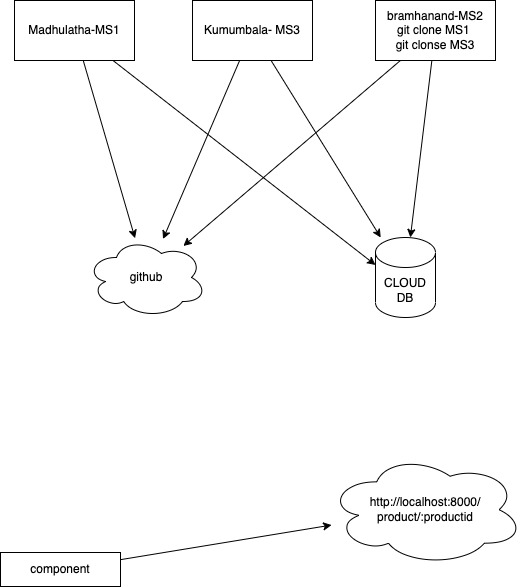
adithnaveen/2022-sapient-react-node-graphql keeps this draw.io diagram as images/day11.drawio.png. Above is the earlier version. Source tidied: cells renumbered, new cells last; positions are measured from the earlier drawing's top-left corner, leaving out a move shared by most shapes.
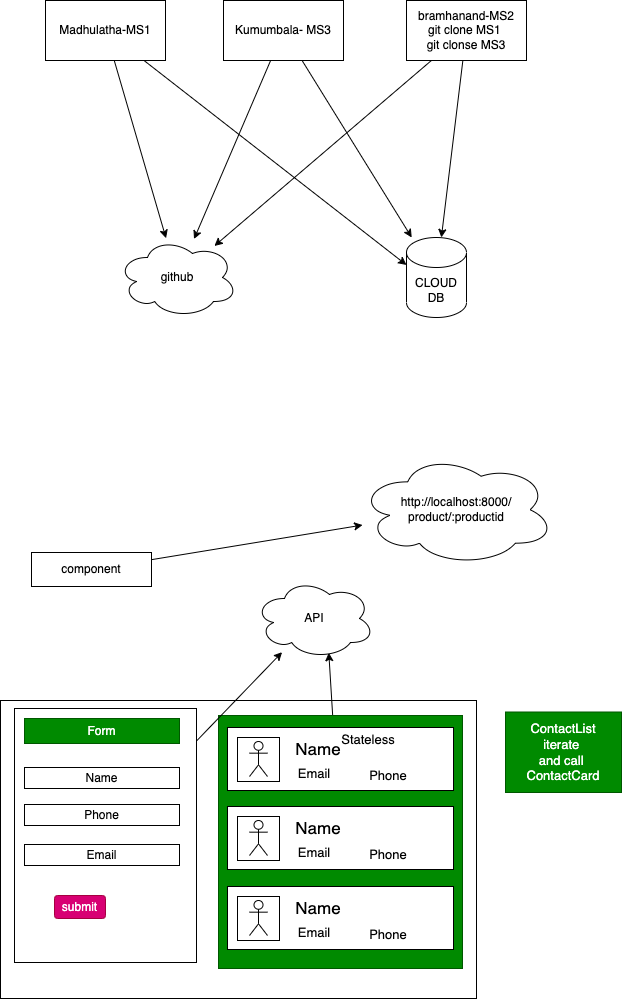
Above is the later version.

Change to the diagram source:
```diff
@@ -2,6 +2,15 @@
   <root>
     <mxCell id="0" />
     <mxCell id="1" parent="0" />
+    <mxCell id="16" style="rounded=0;whiteSpace=wrap;html=1;" parent="1" vertex="1">
+      <mxGeometry x="-31" y="700" width="476" height="298" as="geometry" />
+    </mxCell>
+    <mxCell id="17" style="edgeStyle=none;html=1;entryX=0.619;entryY=0.928;entryDx=0;entryDy=0;entryPerimeter=0;fontSize=13;" parent="1" edge="1" source="18" target="26">
+      <mxGeometry relative="1" as="geometry" />
+    </mxCell>
+    <mxCell id="18" style="rounded=0;whiteSpace=wrap;html=1;fontSize=13;fillColor=#008a00;fontColor=#ffffff;strokeColor=#005700;" parent="1" vertex="1">
+      <mxGeometry x="187" y="715" width="244" height="253" as="geometry" />
+    </mxCell>
     <mxCell id="2" style="edgeStyle=none;html=1;" parent="1" edge="1" source="4" target="11">
       <mxGeometry relative="1" as="geometry" />
     </mxCell>
@@ -44,5 +53,89 @@
     <mxCell id="15" value="http://localhost:8000/&lt;br&gt;product/:productid" style="ellipse;shape=cloud;whiteSpace=wrap;html=1;" parent="1" vertex="1">
       <mxGeometry x="327.3" y="453.5" width="195.7" height="111.5" as="geometry" />
     </mxCell>
+    <mxCell id="19" style="edgeStyle=none;html=1;" parent="1" edge="1" source="20" target="26">
+      <mxGeometry relative="1" as="geometry" />
+    </mxCell>
+    <mxCell id="20" style="rounded=0;whiteSpace=wrap;html=1;" parent="1" vertex="1">
+      <mxGeometry x="-17" y="708" width="182" height="254" as="geometry" />
+    </mxCell>
+    <mxCell id="21" value="Form" style="rounded=0;whiteSpace=wrap;html=1;fillColor=#008a00;fontColor=#ffffff;strokeColor=#005700;" parent="1" vertex="1">
+      <mxGeometry x="-7" y="718" width="155" height="25" as="geometry" />
+    </mxCell>
+    <mxCell id="22" value="Name" style="rounded=0;whiteSpace=wrap;html=1;" parent="1" vertex="1">
+      <mxGeometry x="-7" y="767" width="155" height="21" as="geometry" />
+    </mxCell>
+    <mxCell id="23" value="Phone" style="rounded=0;whiteSpace=wrap;html=1;" parent="1" vertex="1">
+      <mxGeometry x="-7" y="804" width="155" height="21" as="geometry" />
+    </mxCell>
+    <mxCell id="24" value="Email" style="rounded=0;whiteSpace=wrap;html=1;" parent="1" vertex="1">
+      <mxGeometry x="-7" y="844" width="155" height="21" as="geometry" />
+    </mxCell>
+    <mxCell id="25" value="submit" style="rounded=1;whiteSpace=wrap;html=1;fillColor=#d80073;fontColor=#ffffff;strokeColor=#A50040;" parent="1" vertex="1">
+      <mxGeometry x="23" y="895" width="51" height="23" as="geometry" />
+    </mxCell>
+    <mxCell id="26" value="API" style="ellipse;shape=cloud;whiteSpace=wrap;html=1;" parent="1" vertex="1">
+      <mxGeometry x="223" y="578" width="120" height="80" as="geometry" />
+    </mxCell>
+    <mxCell id="27" style="rounded=0;whiteSpace=wrap;html=1;" parent="1" vertex="1">
+      <mxGeometry x="196" y="727" width="226" height="63" as="geometry" />
+    </mxCell>
+    <mxCell id="28" style="rounded=0;whiteSpace=wrap;html=1;" parent="1" vertex="1">
+      <mxGeometry x="206" y="737" width="42" height="44" as="geometry" />
+    </mxCell>
+    <mxCell id="29" style="shape=umlActor;verticalLabelPosition=bottom;verticalAlign=top;html=1;" parent="1" vertex="1">
+      <mxGeometry x="218" y="741" width="18" height="35" as="geometry" />
+    </mxCell>
+    <mxCell id="30" value="&lt;font style=&quot;font-size: 17px&quot;&gt;Name&lt;/font&gt;" style="text;html=1;strokeColor=none;fillColor=none;align=center;verticalAlign=middle;whiteSpace=wrap;rounded=0;" parent="1" vertex="1">
+      <mxGeometry x="257" y="734" width="60" height="30" as="geometry" />
+    </mxCell>
+    <mxCell id="31" value="&lt;font style=&quot;font-size: 13px&quot;&gt;Email&lt;/font&gt;" style="text;html=1;strokeColor=none;fillColor=none;align=center;verticalAlign=middle;whiteSpace=wrap;rounded=0;" parent="1" vertex="1">
+      <mxGeometry x="253" y="758" width="60" height="30" as="geometry" />
+    </mxCell>
+    <mxCell id="32" value="&lt;font style=&quot;font-size: 13px&quot;&gt;Phone&lt;/font&gt;" style="text;html=1;strokeColor=none;fillColor=none;align=center;verticalAlign=middle;whiteSpace=wrap;rounded=0;" parent="1" vertex="1">
+      <mxGeometry x="327.3" y="760" width="60" height="30" as="geometry" />
+    </mxCell>
+    <mxCell id="33" style="rounded=0;whiteSpace=wrap;html=1;" parent="1" vertex="1">
+      <mxGeometry x="196" y="806" width="226" height="63" as="geometry" />
+    </mxCell>
+    <mxCell id="34" style="rounded=0;whiteSpace=wrap;html=1;" parent="1" vertex="1">
+      <mxGeometry x="206" y="816" width="42" height="44" as="geometry" />
+    </mxCell>
+    <mxCell id="35" style="shape=umlActor;verticalLabelPosition=bottom;verticalAlign=top;html=1;" parent="1" vertex="1">
+      <mxGeometry x="218" y="820" width="18" height="35" as="geometry" />
+    </mxCell>
+    <mxCell id="36" value="&lt;font style=&quot;font-size: 17px&quot;&gt;Name&lt;/font&gt;" style="text;html=1;strokeColor=none;fillColor=none;align=center;verticalAlign=middle;whiteSpace=wrap;rounded=0;" parent="1" vertex="1">
+      <mxGeometry x="257" y="813" width="60" height="30" as="geometry" />
+    </mxCell>
+    <mxCell id="37" value="&lt;font style=&quot;font-size: 13px&quot;&gt;Email&lt;/font&gt;" style="text;html=1;strokeColor=none;fillColor=none;align=center;verticalAlign=middle;whiteSpace=wrap;rounded=0;" parent="1" vertex="1">
+      <mxGeometry x="253" y="837" width="60" height="30" as="geometry" />
+    </mxCell>
+    <mxCell id="38" value="&lt;font style=&quot;font-size: 13px&quot;&gt;Phone&lt;/font&gt;" style="text;html=1;strokeColor=none;fillColor=none;align=center;verticalAlign=middle;whiteSpace=wrap;rounded=0;" parent="1" vertex="1">
+      <mxGeometry x="327.3" y="839" width="60" height="30" as="geometry" />
+    </mxCell>
+    <mxCell id="39" style="rounded=0;whiteSpace=wrap;html=1;" parent="1" vertex="1">
+      <mxGeometry x="196" y="886" width="226" height="63" as="geometry" />
+    </mxCell>
+    <mxCell id="40" style="rounded=0;whiteSpace=wrap;html=1;" parent="1" vertex="1">
+      <mxGeometry x="206" y="896" width="42" height="44" as="geometry" />
+    </mxCell>
+    <mxCell id="41" style="shape=umlActor;verticalLabelPosition=bottom;verticalAlign=top;html=1;" parent="1" vertex="1">
+      <mxGeometry x="218" y="900" width="18" height="35" as="geometry" />
+    </mxCell>
+    <mxCell id="42" value="&lt;font style=&quot;font-size: 17px&quot;&gt;Name&lt;/font&gt;" style="text;html=1;strokeColor=none;fillColor=none;align=center;verticalAlign=middle;whiteSpace=wrap;rounded=0;" parent="1" vertex="1">
+      <mxGeometry x="257" y="893" width="60" height="30" as="geometry" />
+    </mxCell>
+    <mxCell id="43" value="&lt;font style=&quot;font-size: 13px&quot;&gt;Email&lt;/font&gt;" style="text;html=1;strokeColor=none;fillColor=none;align=center;verticalAlign=middle;whiteSpace=wrap;rounded=0;" parent="1" vertex="1">
+      <mxGeometry x="253" y="917" width="60" height="30" as="geometry" />
+    </mxCell>
+    <mxCell id="44" value="&lt;font style=&quot;font-size: 13px&quot;&gt;Phone&lt;/font&gt;" style="text;html=1;strokeColor=none;fillColor=none;align=center;verticalAlign=middle;whiteSpace=wrap;rounded=0;" parent="1" vertex="1">
+      <mxGeometry x="327.3" y="919" width="60" height="30" as="geometry" />
+    </mxCell>
+    <mxCell id="45" value="ContactList&lt;br&gt;iterate&amp;nbsp;&lt;br&gt;and call&amp;nbsp;&lt;br&gt;ContactCard" style="text;html=1;strokeColor=#005700;fillColor=#008a00;align=center;verticalAlign=middle;whiteSpace=wrap;rounded=0;fontSize=13;fontColor=#ffffff;" parent="1" vertex="1">
+      <mxGeometry x="474" y="711.5" width="116" height="80.5" as="geometry" />
+    </mxCell>
+    <mxCell id="46" value="Stateless" style="text;html=1;strokeColor=none;fillColor=none;align=center;verticalAlign=middle;whiteSpace=wrap;rounded=0;fontSize=13;" parent="1" vertex="1">
+      <mxGeometry x="307" y="724" width="60" height="30" as="geometry" />
+    </mxCell>
   </root>
 </mxGraphModel>
```
